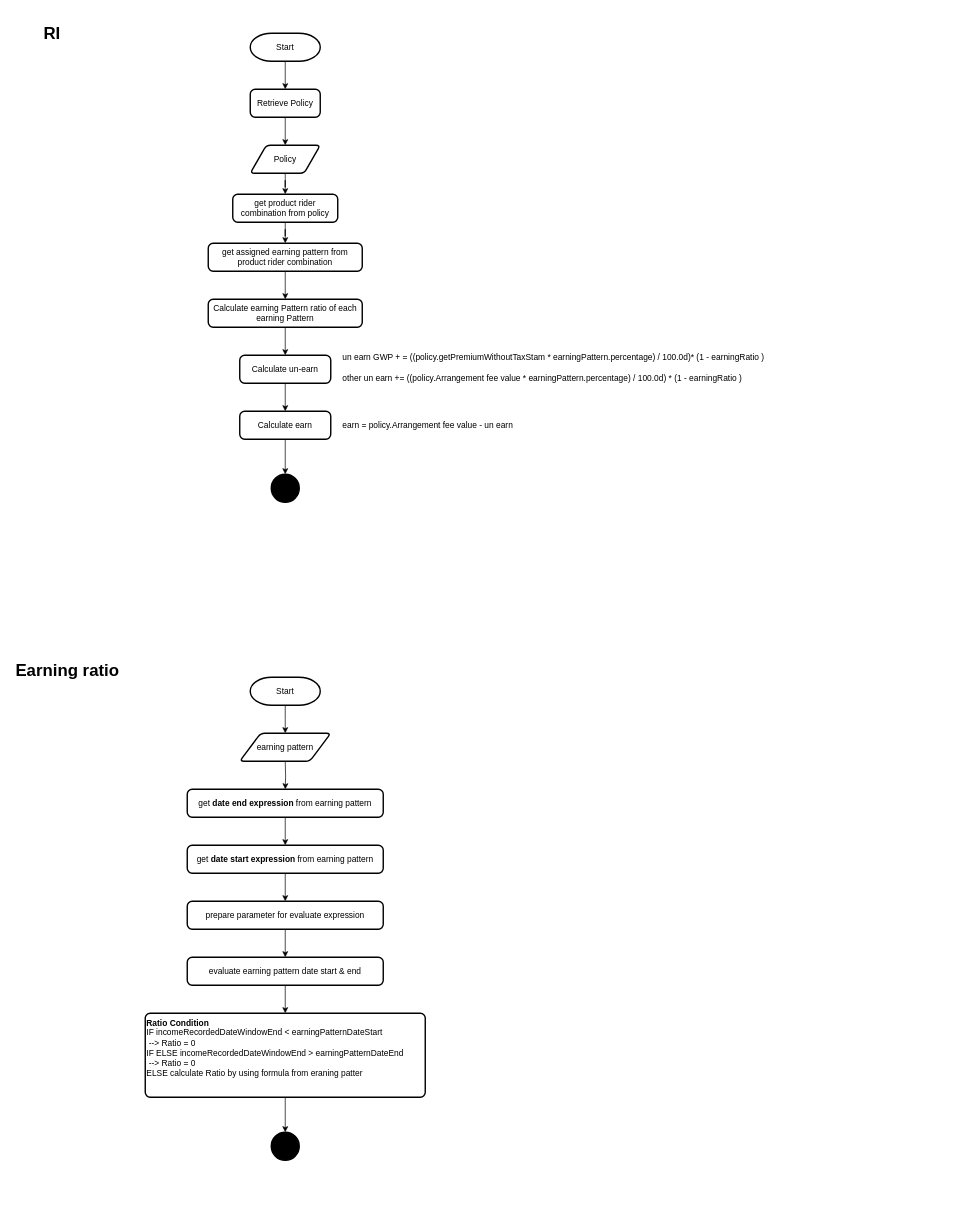
This is SG-RI-Calculation.drawio from phatcharalaw/my-doc, a draw.io file, before an edit. Source tidied: cells renumbered, new cells numbered last; positions are measured from the earlier drawing's top-left corner, leaving out a move shared by most shapes. Both pictures are drawn from the tidied source at 70%, with x=0, y=0 at pixel (12, 19).
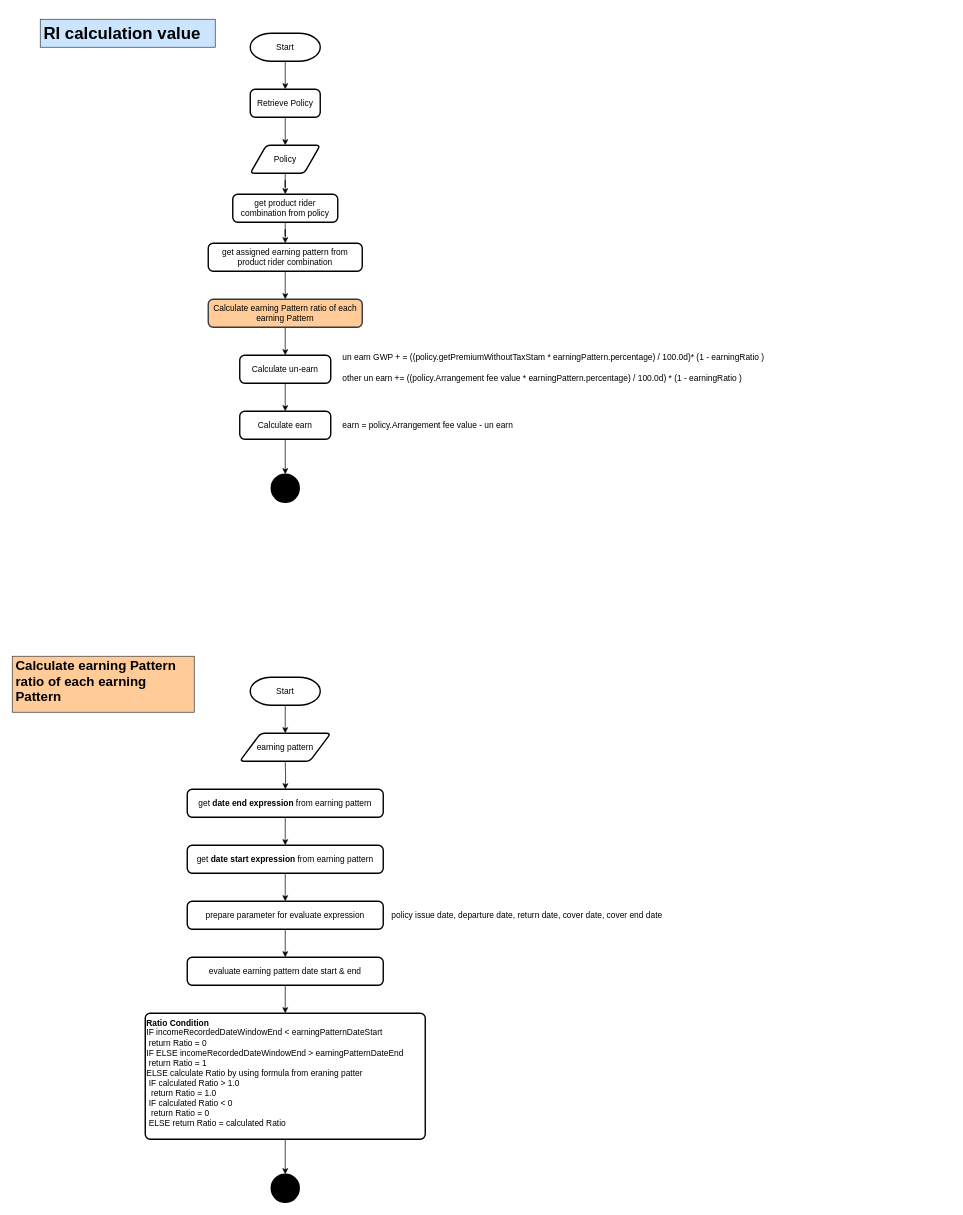
Above is the later version.

Change to the diagram source:
```diff
@@
-    <mxCell id="11" value="Calculate earning Pattern ratio of each earning Pattern" style="rounded=1;whiteSpace=wrap;html=1;absoluteArcSize=1;arcSize=14;strokeWidth=2;" parent="1" vertex="1">
+    <mxCell id="11" value="Calculate earning Pattern ratio of each earning Pattern" style="rounded=1;whiteSpace=wrap;html=1;absoluteArcSize=1;arcSize=14;strokeWidth=2;fillColor=#ffcc99;strokeColor=#36393d;" parent="1" vertex="1">
       <mxGeometry x="280" y="400" width="220" height="40" as="geometry" />
     </mxCell>
@@
-    <mxCell id="22" value="&lt;h1&gt;Earning ratio&amp;nbsp;&lt;/h1&gt;&lt;p&gt;&lt;br&gt;&lt;/p&gt;" style="text;html=1;strokeColor=none;fillColor=none;spacing=5;spacingTop=-20;whiteSpace=wrap;overflow=hidden;rounded=0;align=left;" parent="1" vertex="1">
-      <mxGeometry y="910" width="190" height="40" as="geometry" />
+    <mxCell id="22" value="&lt;h1 style=&quot;font-size: 19px;&quot;&gt;&lt;span style=&quot;font-size: 19px; text-align: center;&quot;&gt;Calculate earning Pattern ratio of each earning Pattern&lt;/span&gt;&lt;br style=&quot;font-size: 19px;&quot;&gt;&lt;/h1&gt;" style="text;html=1;strokeColor=#36393d;fillColor=#ffcc99;spacing=5;spacingTop=-20;whiteSpace=wrap;overflow=hidden;rounded=0;align=left;fontStyle=1;fontSize=19;" parent="1" vertex="1">
+      <mxGeometry y="910" width="260" height="80" as="geometry" />
     </mxCell>
-    <mxCell id="23" value="&lt;h1&gt;RI&lt;/h1&gt;" style="text;html=1;strokeColor=none;fillColor=none;spacing=5;spacingTop=-20;whiteSpace=wrap;overflow=hidden;rounded=0;align=left;" parent="1" vertex="1">
-      <mxGeometry x="40" width="190" height="40" as="geometry" />
+    <mxCell id="23" value="&lt;h1&gt;RI calculation value&lt;/h1&gt;" style="text;html=1;strokeColor=#36393d;fillColor=#cce5ff;spacing=5;spacingTop=-20;whiteSpace=wrap;overflow=hidden;rounded=0;align=left;" parent="1" vertex="1">
+      <mxGeometry x="40" width="250" height="40" as="geometry" />
     </mxCell>
@@
-    <mxCell id="36" value="&lt;div&gt;&lt;span&gt;&lt;b&gt;Ratio Condition&lt;/b&gt;&lt;/span&gt;&lt;/div&gt;&lt;div&gt;&lt;span&gt;IF incomeRecordedDateWindowEnd &amp;lt; earningPatternDateStart&lt;/span&gt;&lt;/div&gt;&lt;div&gt;&lt;span&gt;&lt;span style=&quot;white-space: pre&quot;&gt; &lt;/span&gt;--&amp;gt; Ratio = 0&amp;nbsp;&lt;/span&gt;&lt;/div&gt;&lt;div&gt;&lt;span&gt;IF ELSE incomeRecordedDateWindowEnd &amp;gt; earningPatternDateEnd&lt;/span&gt;&lt;/div&gt;&lt;div&gt;&lt;span&gt;&lt;span style=&quot;white-space: pre&quot;&gt; &lt;/span&gt;--&amp;gt; Ratio = 0&amp;nbsp;&lt;/span&gt;&lt;/div&gt;&lt;div&gt;&lt;span&gt;ELSE calculate Ratio by using formula from eraning patter&lt;/span&gt;&lt;/div&gt;" style="rounded=1;whiteSpace=wrap;html=1;absoluteArcSize=1;arcSize=14;strokeWidth=2;align=left;verticalAlign=top;fontStyle=0;" parent="1" vertex="1">
-      <mxGeometry x="190" y="1420" width="400" height="120" as="geometry" />
+    <mxCell id="36" value="&lt;div&gt;&lt;div&gt;&lt;span&gt;&lt;b&gt;Ratio Condition&lt;/b&gt;&lt;/span&gt;&lt;/div&gt;&lt;div&gt;&lt;span&gt;IF incomeRecordedDateWindowEnd &amp;lt; earningPatternDateStart&lt;/span&gt;&lt;/div&gt;&lt;div&gt;&lt;span&gt;&lt;span style=&quot;white-space: pre&quot;&gt; &lt;/span&gt;return&amp;nbsp;Ratio = 0&amp;nbsp;&lt;/span&gt;&lt;/div&gt;&lt;div&gt;&lt;span&gt;IF ELSE incomeRecordedDateWindowEnd &amp;gt; earningPatternDateEnd&lt;/span&gt;&lt;/div&gt;&lt;div&gt;&lt;span&gt;&lt;span style=&quot;white-space: pre&quot;&gt; &lt;/span&gt;&lt;/span&gt;return&lt;span&gt;&amp;nbsp;Ratio = 1&amp;nbsp;&lt;/span&gt;&lt;/div&gt;&lt;div&gt;&lt;span&gt;ELSE calculate Ratio by using formula from eraning patter&lt;/span&gt;&lt;/div&gt;&lt;div&gt;&lt;span&gt;&lt;span style=&quot;white-space: pre&quot;&gt; &lt;/span&gt;IF calculated Ratio &amp;gt; 1.0&lt;/span&gt;&lt;/div&gt;&lt;div&gt;&lt;span&gt;&lt;span style=&quot;white-space: pre&quot;&gt;  &lt;/span&gt;&lt;/span&gt;return&lt;span&gt;&amp;nbsp;Ratio = 1.0&lt;/span&gt;&lt;/div&gt;&lt;div&gt;&lt;span&gt;&lt;span style=&quot;white-space: pre&quot;&gt; &lt;/span&gt;IF calculated Ratio &amp;lt; 0&lt;/span&gt;&lt;/div&gt;&lt;div&gt;&lt;span&gt;&lt;span style=&quot;white-space: pre&quot;&gt;  &lt;/span&gt;&lt;/span&gt;return&lt;span&gt;&amp;nbsp;Ratio = 0&lt;/span&gt;&lt;/div&gt;&lt;div&gt;&lt;span&gt;&lt;span style=&quot;white-space: pre&quot;&gt; &lt;/span&gt;ELSE&amp;nbsp;&lt;/span&gt;return&lt;span&gt;&amp;nbsp;Ratio = calculated Ratio&lt;/span&gt;&lt;/div&gt;&lt;/div&gt;&lt;div&gt;&lt;span&gt;&lt;br&gt;&lt;/span&gt;&lt;/div&gt;" style="rounded=1;whiteSpace=wrap;html=1;absoluteArcSize=1;arcSize=14;strokeWidth=2;align=left;verticalAlign=top;fontStyle=0;" parent="1" vertex="1">
+      <mxGeometry x="190" y="1420" width="400" height="180" as="geometry" />
     </mxCell>
     <mxCell id="37" style="strokeWidth=2;html=1;shape=mxgraph.flowchart.start_2;whiteSpace=wrap;align=left;fillColor=#000000;" parent="1" vertex="1">
-      <mxGeometry x="370" y="1590" width="40" height="40" as="geometry" />
+      <mxGeometry x="370" y="1650" width="40" height="40" as="geometry" />
     </mxCell>
@@
+    <mxCell id="39" value="policy issue date, departure date, return date, cover date, cover end date" style="text;html=1;strokeColor=none;fillColor=none;align=left;verticalAlign=middle;whiteSpace=wrap;rounded=0;" parent="1" vertex="1">
+      <mxGeometry x="540" y="1270" width="450" height="20" as="geometry" />
+    </mxCell>
```
